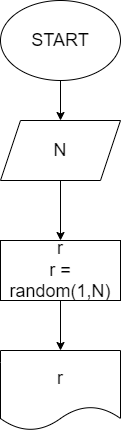
Above: ex0001.drawio.png in l-Ryan-l/1st-practice (draw.io), before the change. Source tidied: cells renumbered, new cells last; positions are measured from the earlier drawing's top-left corner, leaving out a move shared by most shapes. Its diagram source:
```xml
<mxGraphModel>
  <root>
    <mxCell id="0" />
    <mxCell id="1" parent="0" />
    <mxCell id="2" style="edgeStyle=none;html=1;exitX=0.5;exitY=1;exitDx=0;exitDy=0;entryX=0.5;entryY=0;entryDx=0;entryDy=0;fontSize=18;" parent="1" edge="1" source="3">
      <mxGeometry relative="1" as="geometry">
        <mxPoint x="60" y="120" as="targetPoint" />
      </mxGeometry>
    </mxCell>
    <mxCell id="3" value="&lt;font style=&quot;font-size: 18px&quot;&gt;START&lt;/font&gt;" style="ellipse;whiteSpace=wrap;html=1;" parent="1" vertex="1">
      <mxGeometry width="120" height="80" as="geometry" />
    </mxCell>
    <mxCell id="4" style="edgeStyle=none;html=1;fontSize=18;" parent="1" edge="1" source="5" target="7">
      <mxGeometry relative="1" as="geometry" />
    </mxCell>
    <mxCell id="5" value="N" style="shape=parallelogram;perimeter=parallelogramPerimeter;whiteSpace=wrap;html=1;fixedSize=1;fontSize=18;" parent="1" vertex="1">
      <mxGeometry y="120" width="120" height="60" as="geometry" />
    </mxCell>
    <mxCell id="6" style="edgeStyle=none;html=1;entryX=0.5;entryY=0;entryDx=0;entryDy=0;fontSize=18;" parent="1" edge="1" source="7" target="8">
      <mxGeometry relative="1" as="geometry" />
    </mxCell>
    <mxCell id="7" value="r&lt;br&gt;r = random(1,N)" style="rounded=0;whiteSpace=wrap;html=1;fontSize=18;" parent="1" vertex="1">
      <mxGeometry y="240" width="120" height="60" as="geometry" />
    </mxCell>
    <mxCell id="8" value="r" style="shape=document;whiteSpace=wrap;html=1;boundedLbl=1;fontSize=18;" parent="1" vertex="1">
      <mxGeometry y="350" width="120" height="80" as="geometry" />
    </mxCell>
  </root>
</mxGraphModel>
```
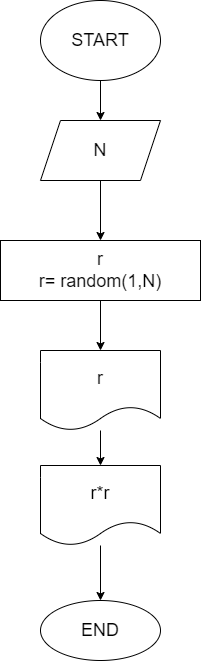
Above is the later version.

What changed in the source:
```diff
@@ -19,11 +19,23 @@
     <mxCell id="6" style="edgeStyle=none;html=1;entryX=0.5;entryY=0;entryDx=0;entryDy=0;fontSize=18;" parent="1" edge="1" source="7" target="8">
       <mxGeometry relative="1" as="geometry" />
     </mxCell>
-    <mxCell id="7" value="r&lt;br&gt;r = random(1,N)" style="rounded=0;whiteSpace=wrap;html=1;fontSize=18;" parent="1" vertex="1">
-      <mxGeometry y="240" width="120" height="60" as="geometry" />
+    <mxCell id="7" value="r&lt;br&gt;r= random(1,N)" style="rounded=0;whiteSpace=wrap;html=1;fontSize=18;" parent="1" vertex="1">
+      <mxGeometry x="-40" y="240" width="200" height="60" as="geometry" />
     </mxCell>
+    <mxCell id="9" style="edgeStyle=none;html=1;fontSize=18;" parent="1" edge="1" source="8" target="12">
+      <mxGeometry relative="1" as="geometry" />
+    </mxCell>
     <mxCell id="8" value="r" style="shape=document;whiteSpace=wrap;html=1;boundedLbl=1;fontSize=18;" parent="1" vertex="1">
       <mxGeometry y="350" width="120" height="80" as="geometry" />
     </mxCell>
+    <mxCell id="10" value="END" style="ellipse;whiteSpace=wrap;html=1;fontSize=18;" parent="1" vertex="1">
+      <mxGeometry y="600" width="120" height="60" as="geometry" />
+    </mxCell>
+    <mxCell id="11" style="edgeStyle=none;html=1;fontSize=18;" parent="1" edge="1" source="12" target="10">
+      <mxGeometry relative="1" as="geometry" />
+    </mxCell>
+    <mxCell id="12" value="r*r" style="shape=document;whiteSpace=wrap;html=1;boundedLbl=1;fontSize=18;" parent="1" vertex="1">
+      <mxGeometry y="465" width="120" height="80" as="geometry" />
+    </mxCell>
   </root>
 </mxGraphModel>
```
